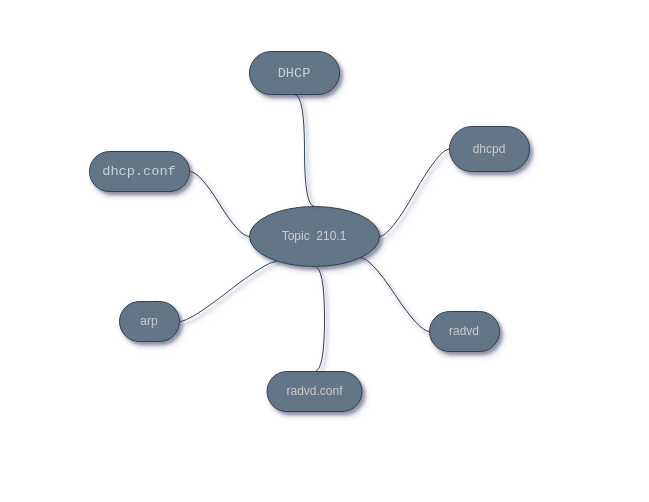
The draw.io diagram MindMaps/mindmap-210.1.drawio in marcossilvestrini/learning-lpic-2-202-450, before the edit. Source tidied: cells renumbered, new cells numbered last; positions are measured from the earlier drawing's top-left corner, leaving out a move shared by most shapes. Both pictures are drawn from the tidied source at 100%, with x=0, y=0 at pixel (89, 51).
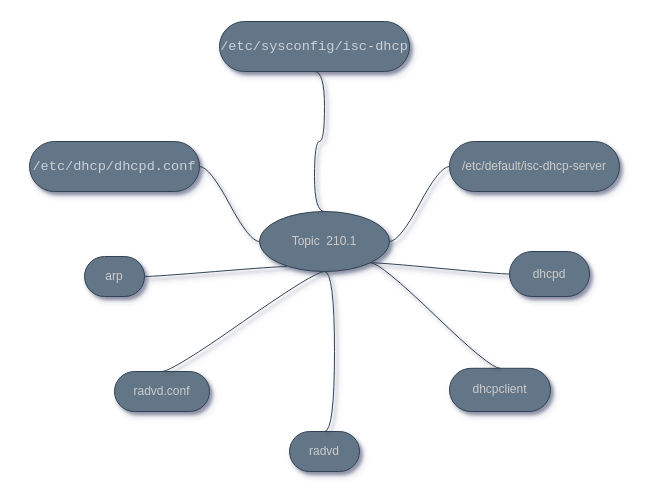
The same diagram, later.

What changed in the source:
```diff
@@
 <mxGraphModel shadow="1">
   <root>
     <mxCell id="0" />
     <mxCell id="1" parent="0" />
     <mxCell id="2" value="Topic&amp;nbsp; 210.1" style="ellipse;whiteSpace=wrap;html=1;align=center;newEdgeStyle={&quot;edgeStyle&quot;:&quot;entityRelationEdgeStyle&quot;,&quot;startArrow&quot;:&quot;none&quot;,&quot;endArrow&quot;:&quot;none&quot;,&quot;segment&quot;:10,&quot;curved&quot;:1};fillColor=#647687;fontColor=#CCCCCC;strokeColor=#314354;shadow=1;sketch=0;" parent="1" vertex="1">
-      <mxGeometry x="160" y="155" width="130" height="60" as="geometry" />
+      <mxGeometry x="170" y="160" width="130" height="60" as="geometry" />
     </mxCell>
-    <mxCell id="3" value="&lt;pre style=&quot;box-sizing: border-box ; font-family: , , &amp;quot;sf mono&amp;quot; , &amp;quot;menlo&amp;quot; , &amp;quot;consolas&amp;quot; , &amp;quot;liberation mono&amp;quot; , monospace ; font-size: 13.6px ; margin-top: 0px ; margin-bottom: 0px ; overflow-wrap: normal ; padding: 16px ; overflow: auto ; line-height: 1.45 ; border-radius: 6px ; word-break: normal ; color: rgb(201 , 209 , 217)&quot;&gt;DHCP&lt;/pre&gt;" style="whiteSpace=wrap;html=1;rounded=1;arcSize=50;align=center;verticalAlign=middle;strokeWidth=1;spacing=4;newEdgeStyle={&quot;edgeStyle&quot;:&quot;entityRelationEdgeStyle&quot;,&quot;startArrow&quot;:&quot;none&quot;,&quot;endArrow&quot;:&quot;none&quot;,&quot;segment&quot;:10,&quot;curved&quot;:1};fillColor=#647687;fontColor=#CCCCCC;strokeColor=#314354;shadow=1;sketch=0;" parent="1" vertex="1">
-      <mxGeometry x="160" width="90" height="43" as="geometry" />
+    <mxCell id="3" value="&lt;pre style=&quot;box-sizing: border-box ; font-family: , , &amp;quot;sf mono&amp;quot; , &amp;quot;menlo&amp;quot; , &amp;quot;consolas&amp;quot; , &amp;quot;liberation mono&amp;quot; , monospace ; font-size: 13.6px ; margin-top: 0px ; margin-bottom: 0px ; overflow-wrap: normal ; padding: 16px ; overflow: auto ; line-height: 1.45 ; border-radius: 6px ; word-break: normal ; color: rgb(201 , 209 , 217)&quot;&gt;/etc/sysconfig/isc-dhcp&lt;/pre&gt;" style="whiteSpace=wrap;html=1;rounded=1;arcSize=50;align=center;verticalAlign=middle;strokeWidth=1;spacing=4;newEdgeStyle={&quot;edgeStyle&quot;:&quot;entityRelationEdgeStyle&quot;,&quot;startArrow&quot;:&quot;none&quot;,&quot;endArrow&quot;:&quot;none&quot;,&quot;segment&quot;:10,&quot;curved&quot;:1};fillColor=#647687;fontColor=#CCCCCC;strokeColor=#314354;shadow=1;sketch=0;" parent="1" vertex="1">
+      <mxGeometry x="130" y="-30" width="190" height="50" as="geometry" />
     </mxCell>
     <mxCell id="4" style="edgeStyle=entityRelationEdgeStyle;startArrow=none;endArrow=none;segment=10;curved=1;exitX=0.5;exitY=0;exitDx=0;exitDy=0;fillColor=#647687;strokeColor=#314354;fontColor=#CCCCCC;shadow=1;sketch=0;entryX=0.5;entryY=1;entryDx=0;entryDy=0;" parent="1" edge="1" source="2" target="3">
       <mxGeometry relative="1" as="geometry" />
     </mxCell>
-    <mxCell id="5" value="&lt;pre style=&quot;box-sizing: border-box ; font-family: , , &amp;quot;sf mono&amp;quot; , &amp;quot;menlo&amp;quot; , &amp;quot;consolas&amp;quot; , &amp;quot;liberation mono&amp;quot; , monospace ; font-size: 13.6px ; margin-top: 0px ; margin-bottom: 0px ; overflow-wrap: normal ; padding: 16px ; overflow: auto ; line-height: 1.45 ; border-radius: 6px ; word-break: normal ; color: rgb(201 , 209 , 217)&quot;&gt;dhcp.conf&lt;/pre&gt;" style="whiteSpace=wrap;html=1;rounded=1;arcSize=50;align=center;verticalAlign=middle;strokeWidth=1;spacing=4;newEdgeStyle={&quot;edgeStyle&quot;:&quot;entityRelationEdgeStyle&quot;,&quot;startArrow&quot;:&quot;none&quot;,&quot;endArrow&quot;:&quot;none&quot;,&quot;segment&quot;:10,&quot;curved&quot;:1};fillColor=#647687;fontColor=#CCCCCC;strokeColor=#314354;shadow=1;sketch=0;" parent="1" vertex="1">
-      <mxGeometry y="100" width="100" height="40" as="geometry" />
+    <mxCell id="5" value="&lt;pre style=&quot;box-sizing: border-box ; font-family: , , &amp;quot;sf mono&amp;quot; , &amp;quot;menlo&amp;quot; , &amp;quot;consolas&amp;quot; , &amp;quot;liberation mono&amp;quot; , monospace ; font-size: 13.6px ; margin-top: 0px ; margin-bottom: 0px ; overflow-wrap: normal ; padding: 16px ; overflow: auto ; line-height: 1.45 ; border-radius: 6px ; word-break: normal ; color: rgb(201 , 209 , 217)&quot;&gt;/etc/dhcp/dhcpd.conf&lt;/pre&gt;" style="whiteSpace=wrap;html=1;rounded=1;arcSize=50;align=center;verticalAlign=middle;strokeWidth=1;spacing=4;newEdgeStyle={&quot;edgeStyle&quot;:&quot;entityRelationEdgeStyle&quot;,&quot;startArrow&quot;:&quot;none&quot;,&quot;endArrow&quot;:&quot;none&quot;,&quot;segment&quot;:10,&quot;curved&quot;:1};fillColor=#647687;fontColor=#CCCCCC;strokeColor=#314354;shadow=1;sketch=0;" parent="1" vertex="1">
+      <mxGeometry x="-60" y="90" width="170" height="50" as="geometry" />
     </mxCell>
     <mxCell id="6" style="edgeStyle=entityRelationEdgeStyle;startArrow=none;endArrow=none;segment=10;curved=1;fillColor=#647687;strokeColor=#314354;shadow=1;fontColor=#CCCCCC;sketch=0;" parent="1" edge="1" source="2" target="5">
       <mxGeometry relative="1" as="geometry" />
     </mxCell>
     <mxCell id="7" value="radvd.conf" style="whiteSpace=wrap;html=1;rounded=1;arcSize=50;align=center;verticalAlign=middle;strokeWidth=1;spacing=4;newEdgeStyle={&quot;edgeStyle&quot;:&quot;entityRelationEdgeStyle&quot;,&quot;startArrow&quot;:&quot;none&quot;,&quot;endArrow&quot;:&quot;none&quot;,&quot;segment&quot;:10,&quot;curved&quot;:1};fillColor=#647687;fontColor=#CCCCCC;strokeColor=#314354;shadow=1;sketch=0;" parent="1" vertex="1">
-      <mxGeometry x="177.5" y="320" width="95" height="40" as="geometry" />
+      <mxGeometry x="25" y="320" width="95" height="40" as="geometry" />
     </mxCell>
     <mxCell id="8" style="edgeStyle=entityRelationEdgeStyle;startArrow=none;endArrow=none;segment=10;curved=1;exitX=0.5;exitY=1;exitDx=0;exitDy=0;fillColor=#647687;strokeColor=#314354;shadow=1;fontColor=#CCCCCC;sketch=0;entryX=0.5;entryY=0;entryDx=0;entryDy=0;" parent="1" edge="1" source="2" target="7">
       <mxGeometry relative="1" as="geometry" />
     </mxCell>
     <mxCell id="9" value="dhcpd" style="whiteSpace=wrap;html=1;rounded=1;arcSize=50;align=center;verticalAlign=middle;strokeWidth=1;spacing=4;newEdgeStyle={&quot;edgeStyle&quot;:&quot;entityRelationEdgeStyle&quot;,&quot;startArrow&quot;:&quot;none&quot;,&quot;endArrow&quot;:&quot;none&quot;,&quot;segment&quot;:10,&quot;curved&quot;:1};fillColor=#647687;fontColor=#CCCCCC;strokeColor=#314354;shadow=1;sketch=0;" parent="1" vertex="1">
-      <mxGeometry x="360" y="75" width="80" height="45" as="geometry" />
+      <mxGeometry x="420" y="200" width="80" height="45" as="geometry" />
     </mxCell>
-    <mxCell id="10" style="edgeStyle=entityRelationEdgeStyle;startArrow=none;endArrow=none;segment=10;curved=1;exitX=1;exitY=0.5;exitDx=0;exitDy=0;fillColor=#647687;strokeColor=#314354;shadow=1;fontColor=#CCCCCC;sketch=0;" parent="1" edge="1" source="2" target="9">
+    <mxCell id="10" style="edgeStyle=entityRelationEdgeStyle;startArrow=none;endArrow=none;segment=10;curved=1;exitX=1;exitY=1;exitDx=0;exitDy=0;fillColor=#647687;strokeColor=#314354;shadow=1;fontColor=#CCCCCC;sketch=0;" parent="1" edge="1" source="2" target="9">
       <mxGeometry relative="1" as="geometry" />
     </mxCell>
     <mxCell id="11" value="arp" style="whiteSpace=wrap;html=1;rounded=1;arcSize=50;align=center;verticalAlign=middle;strokeWidth=1;spacing=4;newEdgeStyle={&quot;edgeStyle&quot;:&quot;entityRelationEdgeStyle&quot;,&quot;startArrow&quot;:&quot;none&quot;,&quot;endArrow&quot;:&quot;none&quot;,&quot;segment&quot;:10,&quot;curved&quot;:1};fillColor=#647687;fontColor=#CCCCCC;strokeColor=#314354;shadow=1;sketch=0;" parent="1" vertex="1">
-      <mxGeometry x="30" y="250" width="60" height="40" as="geometry" />
+      <mxGeometry x="-5" y="205" width="60" height="40" as="geometry" />
     </mxCell>
     <mxCell id="12" style="edgeStyle=entityRelationEdgeStyle;startArrow=none;endArrow=none;segment=10;curved=1;exitX=0.208;exitY=0.917;exitDx=0;exitDy=0;fillColor=#647687;strokeColor=#314354;shadow=1;fontColor=#CCCCCC;sketch=0;exitPerimeter=0;" parent="1" edge="1" source="2" target="11">
       <mxGeometry relative="1" as="geometry" />
     </mxCell>
     <mxCell id="13" value="radvd" style="whiteSpace=wrap;html=1;rounded=1;arcSize=50;align=center;verticalAlign=middle;strokeWidth=1;spacing=4;newEdgeStyle={&quot;edgeStyle&quot;:&quot;entityRelationEdgeStyle&quot;,&quot;startArrow&quot;:&quot;none&quot;,&quot;endArrow&quot;:&quot;none&quot;,&quot;segment&quot;:10,&quot;curved&quot;:1};fillColor=#647687;fontColor=#CCCCCC;strokeColor=#314354;shadow=1;sketch=0;" parent="1" vertex="1">
-      <mxGeometry x="340" y="260" width="70" height="40" as="geometry" />
+      <mxGeometry x="200" y="380" width="70" height="40" as="geometry" />
     </mxCell>
-    <mxCell id="14" style="edgeStyle=entityRelationEdgeStyle;startArrow=none;endArrow=none;segment=10;curved=1;exitX=1;exitY=1;exitDx=0;exitDy=0;fillColor=#647687;strokeColor=#314354;shadow=1;fontColor=#CCCCCC;sketch=0;" parent="1" edge="1" source="2" target="13">
+    <mxCell id="14" style="edgeStyle=entityRelationEdgeStyle;startArrow=none;endArrow=none;segment=10;curved=1;fillColor=#647687;strokeColor=#314354;shadow=1;fontColor=#CCCCCC;sketch=0;entryX=0.5;entryY=0;entryDx=0;entryDy=0;exitX=0.5;exitY=1;exitDx=0;exitDy=0;" parent="1" edge="1" source="2" target="13">
       <mxGeometry relative="1" as="geometry" />
     </mxCell>
+    <mxCell id="15" value="/etc/default/isc-dhcp-server" style="whiteSpace=wrap;html=1;rounded=1;arcSize=50;align=center;verticalAlign=middle;strokeWidth=1;spacing=4;newEdgeStyle={&quot;edgeStyle&quot;:&quot;entityRelationEdgeStyle&quot;,&quot;startArrow&quot;:&quot;none&quot;,&quot;endArrow&quot;:&quot;none&quot;,&quot;segment&quot;:10,&quot;curved&quot;:1};fillColor=#647687;fontColor=#CCCCCC;strokeColor=#314354;shadow=1;sketch=0;" parent="1" vertex="1">
+      <mxGeometry x="360" y="90" width="170" height="50" as="geometry" />
+    </mxCell>
+    <mxCell id="16" style="edgeStyle=entityRelationEdgeStyle;startArrow=none;endArrow=none;segment=10;curved=1;exitX=1;exitY=0.5;exitDx=0;exitDy=0;fillColor=#647687;strokeColor=#314354;shadow=1;fontColor=#CCCCCC;sketch=0;" parent="1" edge="1" source="2" target="15">
+      <mxGeometry relative="1" as="geometry" />
+    </mxCell>
+    <mxCell id="17" value="dhcpclient" style="whiteSpace=wrap;html=1;rounded=1;arcSize=50;align=center;verticalAlign=middle;strokeWidth=1;spacing=4;newEdgeStyle={&quot;edgeStyle&quot;:&quot;entityRelationEdgeStyle&quot;,&quot;startArrow&quot;:&quot;none&quot;,&quot;endArrow&quot;:&quot;none&quot;,&quot;segment&quot;:10,&quot;curved&quot;:1};fillColor=#647687;fontColor=#CCCCCC;strokeColor=#314354;shadow=1;sketch=0;" parent="1" vertex="1">
+      <mxGeometry x="360" y="316.8" width="101" height="43.2" as="geometry" />
+    </mxCell>
+    <mxCell id="18" style="edgeStyle=entityRelationEdgeStyle;startArrow=none;endArrow=none;segment=10;curved=1;exitX=1;exitY=1;exitDx=0;exitDy=0;fillColor=#647687;strokeColor=#314354;shadow=1;fontColor=#CCCCCC;sketch=0;entryX=0.5;entryY=0;entryDx=0;entryDy=0;" parent="1" edge="1" source="2" target="17">
+      <mxGeometry relative="1" as="geometry" />
+    </mxCell>
   </root>
 </mxGraphModel>
```
